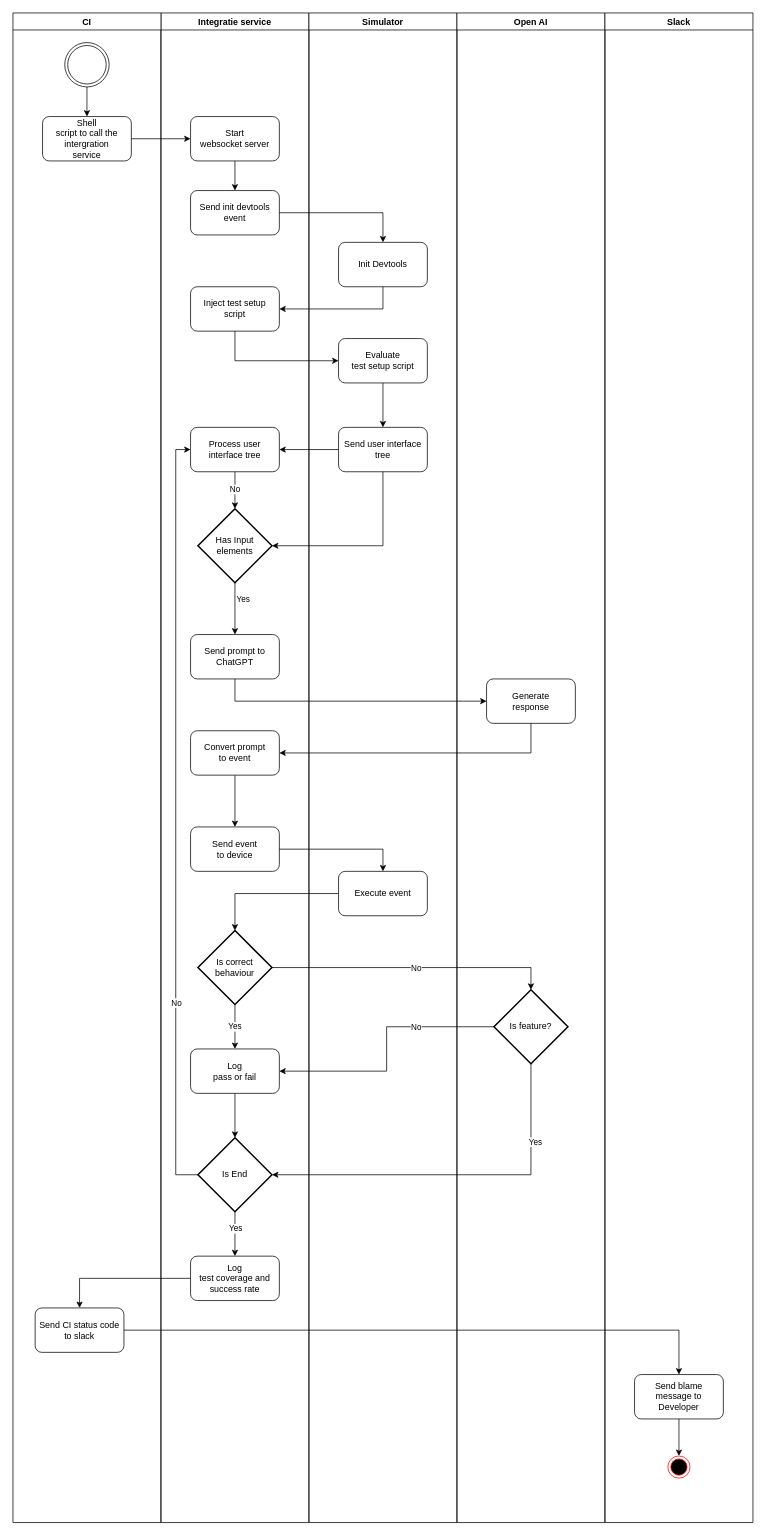
Before: page "Process view" (1 of 7) of 4+1.drawio in luukvankooten/draw.io, a draw.io diagram. Source tidied: cells renumbered, new cells numbered last; positions are measured from the earlier drawing's top-left corner, leaving out a move shared by most shapes. Both pictures are drawn from the tidied source at 74%, with x=0, y=0 at pixel (13, 13).
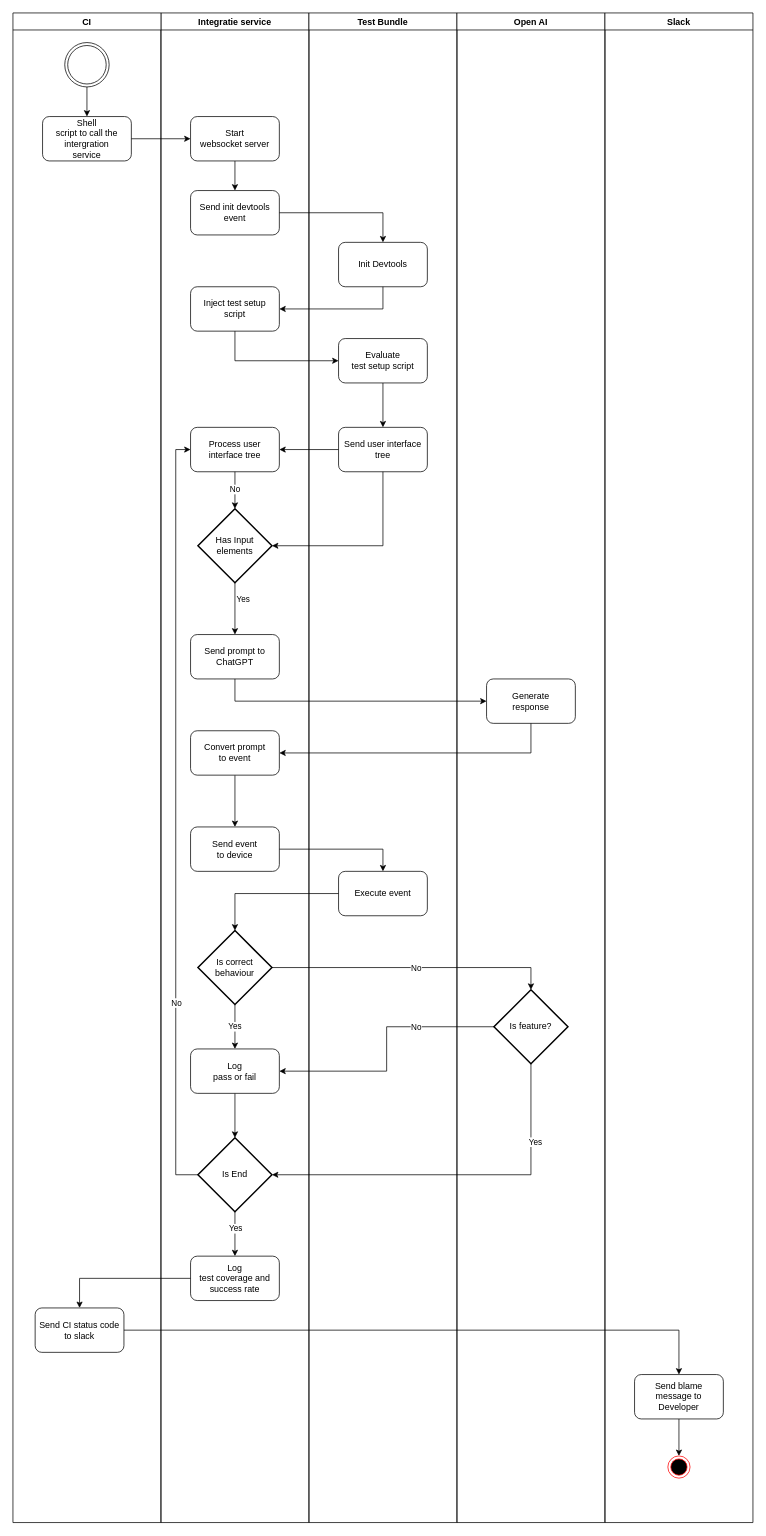
After the change.

The edit, as a diff of the source:
```diff
@@
-    <mxCell id="27" value="Simulator" style="swimlane;" parent="1" vertex="1">
+    <mxCell id="27" value="Test Bundle" style="swimlane;" parent="1" vertex="1">
       <mxGeometry x="400" width="200" height="2040" as="geometry" />
     </mxCell>
```
